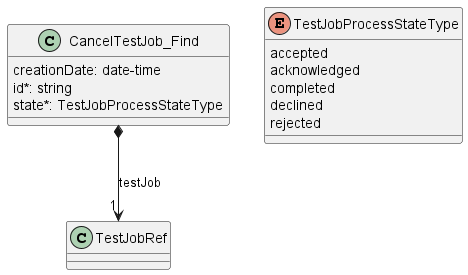
Earlier version of the PlantUML export documentation/serviceApi/sft/serviceTest/media/useCase14Model.png (MEF-GIT/MEF-LSO-Legato-SDK).
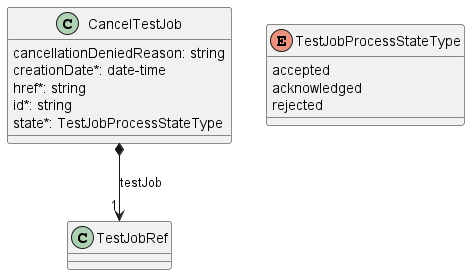
The same file after the commit.

Change to the diagram source:
```diff
@@ -1,19 +1,20 @@
 @startuml useCase14Model
 
-class CancelTestJob_Find {
+class CancelTestJob {
 
-    creationDate: date-time
+    cancellationDeniedReason: string
+    creationDate*: date-time
+    href*: string
     id*: string
     state*: TestJobProcessStateType
 }
 
-CancelTestJob_Find *-->"1" TestJobRef : testJob
+CancelTestJob *-->"1" TestJobRef : testJob
 
 enum TestJobProcessStateType {
+
     accepted
     acknowledged
-    completed
-    declined
     rejected
 }
 
```
